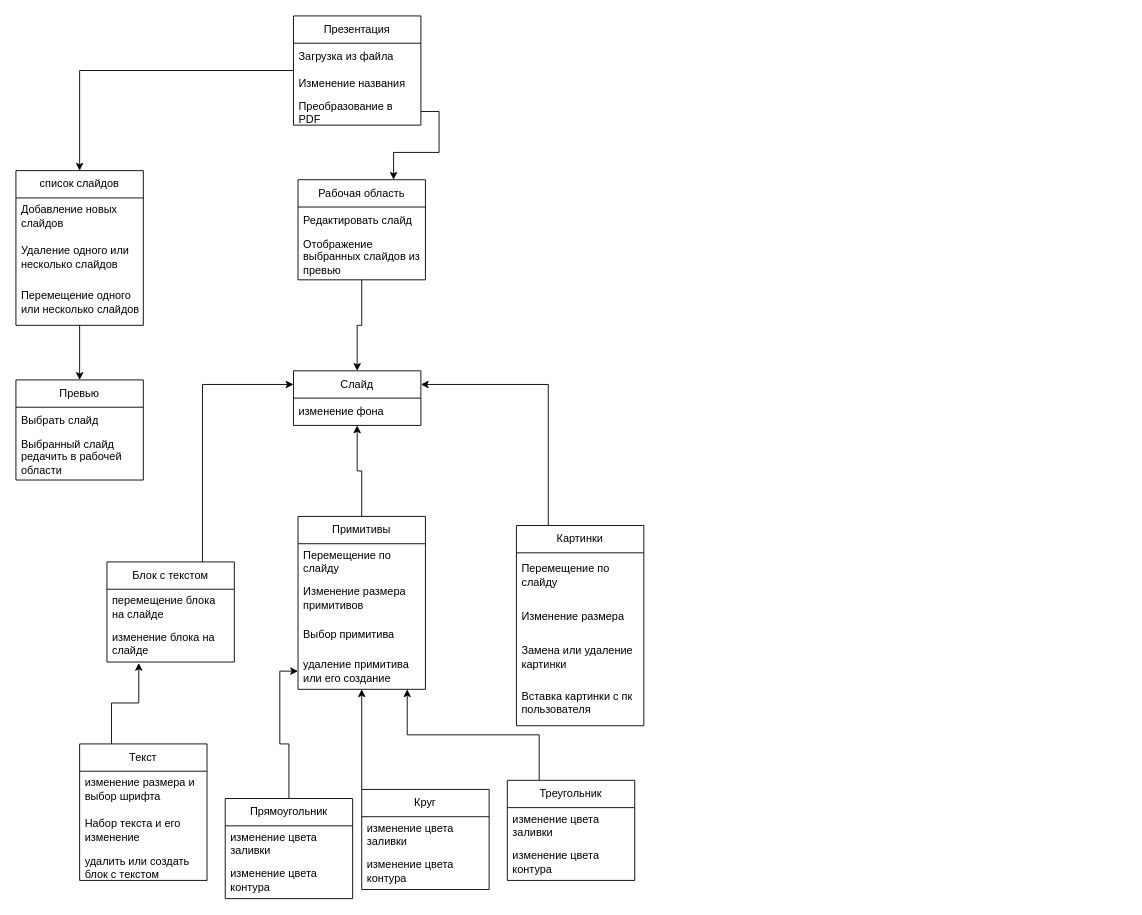
Above: сущности фронтенда.drawio in TraktoristRuS54age/Frontend-MaxPoint (draw.io), before the change. Source tidied: cells renumbered, new cells numbered last; positions are measured from the earlier drawing's top-left corner, leaving out a move shared by most shapes. Both pictures are drawn from the tidied source at 91%, with x=0, y=0 at pixel (15, 15).
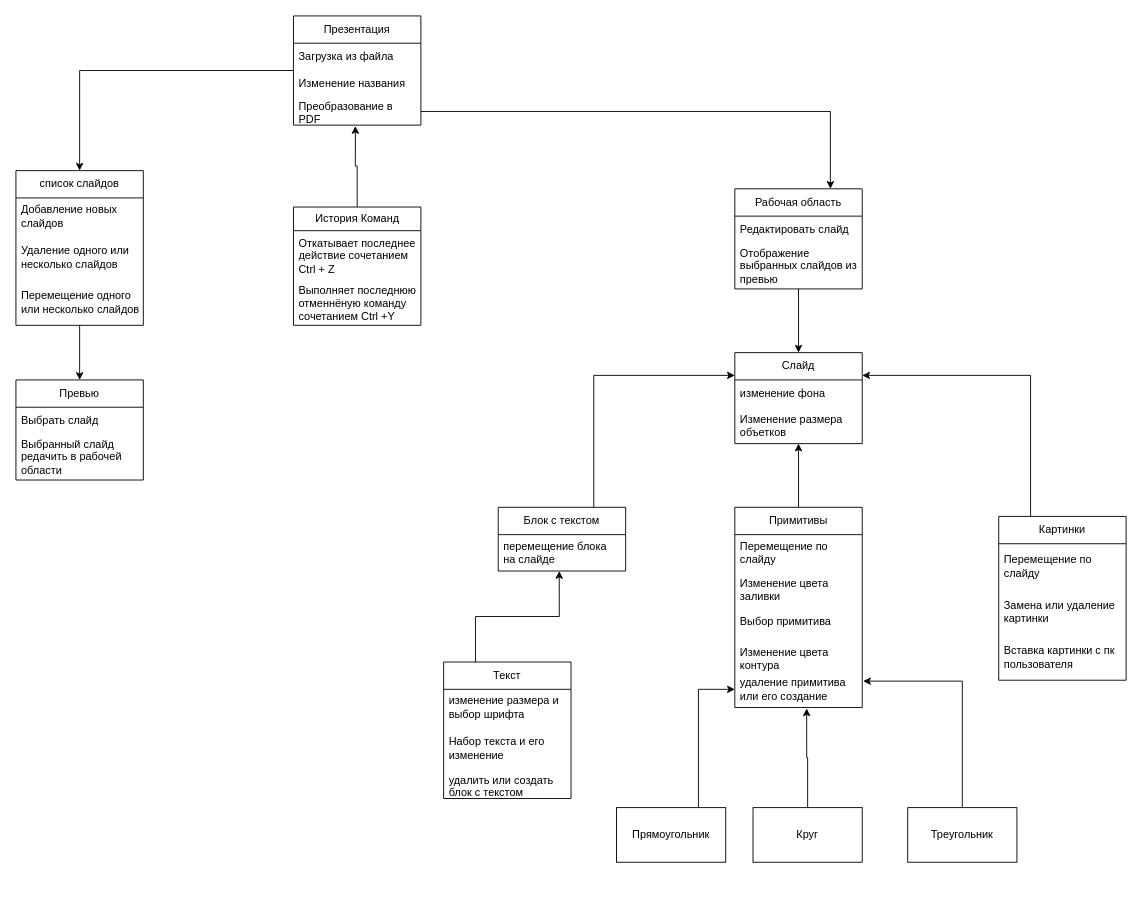
Above is the later version.

Commit message:
Исправление плана по сущностям (#6)

Добавлена история команд, слиты  в одну повторяющиеся функции

Unchanged cells that the change refers to:
```xml
<mxCell id="6" value="Преобразование в PDF" style="text;strokeColor=none;fillColor=none;align=left;verticalAlign=middle;spacingLeft=4;spacingRight=4;overflow=hidden;points=[[0,0.5],[1,0.5]];portConstraint=eastwest;whiteSpace=wrap;html=1;" parent="3" vertex="1">
  <mxGeometry y="90" width="140" height="30" as="geometry" />
</mxCell>
<mxCell id="20" value="перемещение блока на слайде" style="text;strokeColor=none;fillColor=none;align=left;verticalAlign=middle;spacingLeft=4;spacingRight=4;overflow=hidden;points=[[0,0.5],[1,0.5]];portConstraint=eastwest;whiteSpace=wrap;html=1;" parent="19" vertex="1">
  <mxGeometry y="30" width="140" height="40" as="geometry" />
</mxCell>
```

Change to the diagram source:
```diff
@@
     <mxCell id="16" value="Слайд" style="swimlane;fontStyle=0;horizontal=1;startSize=30;whiteSpace=wrap;html=1;" parent="1" vertex="1">
-      <mxGeometry x="305" y="390" width="140" height="60" as="geometry" />
+      <mxGeometry x="790" y="370" width="140" height="100" as="geometry" />
     </mxCell>
@@
+    <mxCell id="55" value="Изменение размера объетков" style="text;strokeColor=none;fillColor=none;align=left;verticalAlign=top;spacingLeft=4;spacingRight=4;overflow=hidden;whiteSpace=wrap;html=1;" parent="16" vertex="1">
+      <mxGeometry y="60" width="140" height="40" as="geometry" />
+    </mxCell>
@@
     <mxCell id="19" value="Блок с текстом" style="swimlane;fontStyle=0;horizontal=1;startSize=30;whiteSpace=wrap;html=1;" parent="1" vertex="1">
-      <mxGeometry x="100" y="600" width="140" height="110" as="geometry" />
+      <mxGeometry x="530" y="540" width="140" height="70" as="geometry" />
     </mxCell>
@@
-    <mxCell id="21" value="изменение блока на слайде" style="text;strokeColor=none;fillColor=none;align=left;verticalAlign=middle;spacingLeft=4;spacingRight=4;overflow=hidden;points=[[0,0.5],[1,0.5]];portConstraint=eastwest;whiteSpace=wrap;html=1;" parent="19" vertex="1">
-      <mxGeometry y="70" width="140" height="40" as="geometry" />
-    </mxCell>
@@
     <mxCell id="23" value="Примитивы" style="swimlane;fontStyle=0;horizontal=1;startSize=30;whiteSpace=wrap;html=1;" parent="1" vertex="1">
-      <mxGeometry x="310" y="550" width="140" height="190" as="geometry" />
+      <mxGeometry x="790" y="540" width="140" height="220" as="geometry" />
     </mxCell>
@@
-    <mxCell id="25" value="Изменение размера примитивов" style="text;strokeColor=none;fillColor=none;align=left;verticalAlign=middle;spacingLeft=4;spacingRight=4;overflow=hidden;whiteSpace=wrap;html=1;" parent="23" vertex="1">
-      <mxGeometry y="70" width="140" height="40" as="geometry" />
-    </mxCell>
+    <mxCell id="56" value="Изменение цвета заливки" style="text;strokeColor=none;fillColor=none;align=left;verticalAlign=top;spacingLeft=4;spacingRight=4;overflow=hidden;whiteSpace=wrap;html=1;" parent="23" vertex="1">
+      <mxGeometry y="70" width="140" height="36" as="geometry" />
+    </mxCell>
     <mxCell id="26" value="Выбор примитива" style="text;strokeColor=none;fillColor=none;align=left;verticalAlign=middle;spacingLeft=4;spacingRight=4;overflow=hidden;whiteSpace=wrap;html=1;" parent="23" vertex="1">
-      <mxGeometry y="110" width="140" height="40" as="geometry" />
+      <mxGeometry y="106" width="140" height="40" as="geometry" />
     </mxCell>
+    <mxCell id="57" value="Изменение цвета контура" style="text;strokeColor=none;fillColor=none;align=left;verticalAlign=top;spacingLeft=4;spacingRight=4;overflow=hidden;whiteSpace=wrap;html=1;" parent="23" vertex="1">
+      <mxGeometry y="146" width="140" height="34" as="geometry" />
+    </mxCell>
     <mxCell id="27" value="удаление примитива или его создание" style="text;strokeColor=none;fillColor=none;align=left;verticalAlign=middle;spacingLeft=4;spacingRight=4;overflow=hidden;points=[[0,0.5],[1,0.5]];portConstraint=eastwest;whiteSpace=wrap;html=1;" parent="23" vertex="1">
-      <mxGeometry y="150" width="140" height="40" as="geometry" />
+      <mxGeometry y="180" width="140" height="40" as="geometry" />
     </mxCell>
@@
     <mxCell id="29" value="Картинки" style="swimlane;fontStyle=0;horizontal=1;startSize=30;whiteSpace=wrap;html=1;" parent="1" vertex="1">
-      <mxGeometry x="550" y="560" width="140" height="220" as="geometry" />
+      <mxGeometry x="1080" y="550" width="140" height="180" as="geometry" />
     </mxCell>
@@
-    <mxCell id="31" value="Изменение размера" style="text;strokeColor=none;fillColor=none;align=left;verticalAlign=middle;spacingLeft=4;spacingRight=4;overflow=hidden;whiteSpace=wrap;html=1;" parent="29" vertex="1">
-      <mxGeometry y="80" width="140" height="40" as="geometry" />
-    </mxCell>
     <mxCell id="32" value="Замена или удаление картинки" style="text;strokeColor=none;fillColor=none;align=left;verticalAlign=middle;spacingLeft=4;spacingRight=4;overflow=hidden;whiteSpace=wrap;html=1;" parent="29" vertex="1">
-      <mxGeometry y="120" width="140" height="50" as="geometry" />
+      <mxGeometry y="80" width="140" height="50" as="geometry" />
     </mxCell>
     <mxCell id="33" value="Вставка картинки с пк пользователя" style="text;strokeColor=none;fillColor=none;align=left;verticalAlign=middle;spacingLeft=4;spacingRight=4;overflow=hidden;whiteSpace=wrap;html=1;" parent="29" vertex="1">
-      <mxGeometry y="170" width="140" height="50" as="geometry" />
+      <mxGeometry y="130" width="140" height="50" as="geometry" />
     </mxCell>
-    <mxCell id="34" style="edgeStyle=orthogonalEdgeStyle;rounded=0;jettySize=auto;html=1;exitX=0.25;exitY=0;exitDx=0;exitDy=0;entryX=0.25;entryY=1.025;entryDx=0;entryDy=0;entryPerimeter=0;" parent="1" edge="1" source="35" target="21">
+    <mxCell id="34" style="edgeStyle=orthogonalEdgeStyle;rounded=0;jettySize=auto;html=1;exitX=0.25;exitY=0;exitDx=0;exitDy=0;entryX=0.479;entryY=1;entryDx=0;entryDy=0;entryPerimeter=0;" parent="1" edge="1" source="35" target="20">
       <mxGeometry relative="1" as="geometry" />
     </mxCell>
     <mxCell id="35" value="Текст" style="swimlane;fontStyle=0;horizontal=1;startSize=30;whiteSpace=wrap;html=1;" parent="1" vertex="1">
-      <mxGeometry x="70" y="800" width="140" height="150" as="geometry" />
+      <mxGeometry x="470" y="710" width="140" height="150" as="geometry" />
     </mxCell>
@@
     <mxCell id="39" value="Рабочая область" style="swimlane;fontStyle=0;horizontal=1;startSize=30;whiteSpace=wrap;html=1;" parent="1" vertex="1">
-      <mxGeometry x="310" y="180" width="140" height="110" as="geometry" />
+      <mxGeometry x="790" y="190" width="140" height="110" as="geometry" />
     </mxCell>
@@
-    <mxCell id="43" style="edgeStyle=orthogonalEdgeStyle;rounded=0;jettySize=auto;html=1;exitX=0;exitY=0;exitDx=0;exitDy=0;" parent="1" edge="1" source="44" target="23">
-      <mxGeometry relative="1" as="geometry" />
-    </mxCell>
+    <mxCell id="58" style="edgeStyle=orthogonalEdgeStyle;rounded=0;jettySize=auto;html=1;exitX=0.5;exitY=0;exitDx=0;exitDy=0;entryX=1.007;entryY=0.275;entryDx=0;entryDy=0;entryPerimeter=0;" parent="1" edge="1" source="52" target="27">
+      <mxGeometry relative="1" as="geometry" />
+    </mxCell>
+    <mxCell id="52" value="Треугольник" style="rounded=0;whiteSpace=wrap;html=1;" parent="1" vertex="1">
+      <mxGeometry x="980" y="870" width="120" height="60" as="geometry" />
+    </mxCell>
+    <mxCell id="59" style="edgeStyle=orthogonalEdgeStyle;rounded=0;jettySize=auto;html=1;exitX=0.5;exitY=0;exitDx=0;exitDy=0;entryX=0.564;entryY=1.025;entryDx=0;entryDy=0;entryPerimeter=0;" parent="1" edge="1" source="44" target="27">
+      <mxGeometry relative="1" as="geometry" />
+    </mxCell>
-    <mxCell id="44" value="Круг" style="swimlane;fontStyle=0;horizontal=1;startSize=30;whiteSpace=wrap;html=1;" parent="1" vertex="1">
-      <mxGeometry x="380" y="850" width="140" height="110" as="geometry" />
+    <mxCell id="44" value="Круг" style="rounded=0;whiteSpace=wrap;html=1;" parent="1" vertex="1">
+      <mxGeometry x="810" y="870" width="120" height="60" as="geometry" />
     </mxCell>
-    <mxCell id="45" value="изменение цвета заливки" style="text;strokeColor=none;fillColor=none;align=left;verticalAlign=middle;spacingLeft=4;spacingRight=4;overflow=hidden;whiteSpace=wrap;html=1;" parent="44" vertex="1">
-      <mxGeometry y="30" width="140" height="40" as="geometry" />
-    </mxCell>
-    <mxCell id="46" value="изменение цвета контура" style="text;strokeColor=none;fillColor=none;align=left;verticalAlign=middle;spacingLeft=4;spacingRight=4;overflow=hidden;whiteSpace=wrap;html=1;" parent="44" vertex="1">
-      <mxGeometry y="70" width="140" height="40" as="geometry" />
-    </mxCell>
-    <mxCell id="47" style="edgeStyle=orthogonalEdgeStyle;rounded=0;jettySize=auto;html=1;exitX=0.5;exitY=0;exitDx=0;exitDy=0;entryX=0;entryY=0.5;entryDx=0;entryDy=0;" parent="1" edge="1" source="48" target="27">
+    <mxCell id="47" style="edgeStyle=orthogonalEdgeStyle;rounded=0;jettySize=auto;html=1;exitX=0.75;exitY=0;exitDx=0;exitDy=0;" parent="1" edge="1" source="48" target="27">
       <mxGeometry relative="1" as="geometry" />
     </mxCell>
-    <mxCell id="48" value="Прямоугольник" style="swimlane;fontStyle=0;horizontal=1;startSize=30;whiteSpace=wrap;html=1;" parent="1" vertex="1">
-      <mxGeometry x="230" y="860" width="140" height="110" as="geometry" />
+    <mxCell id="48" value="Прямоугольник" style="rounded=0;whiteSpace=wrap;html=1;" parent="1" vertex="1">
+      <mxGeometry x="660" y="870" width="120" height="60" as="geometry" />
     </mxCell>
-    <mxCell id="49" value="изменение цвета заливки" style="text;strokeColor=none;fillColor=none;align=left;verticalAlign=middle;spacingLeft=4;spacingRight=4;overflow=hidden;whiteSpace=wrap;html=1;" parent="48" vertex="1">
-      <mxGeometry y="30" width="140" height="40" as="geometry" />
-    </mxCell>
-    <mxCell id="50" value="изменение цвета контура" style="text;strokeColor=none;fillColor=none;align=left;verticalAlign=middle;spacingLeft=4;spacingRight=4;overflow=hidden;whiteSpace=wrap;html=1;" parent="48" vertex="1">
-      <mxGeometry y="70" width="140" height="40" as="geometry" />
-    </mxCell>
-    <mxCell id="51" style="edgeStyle=orthogonalEdgeStyle;rounded=0;jettySize=auto;html=1;exitX=0.25;exitY=0;exitDx=0;exitDy=0;" parent="1" edge="1" source="52" target="23">
-      <mxGeometry relative="1" as="geometry">
-        <Array as="points">
-          <mxPoint x="575" y="790" />
-          <mxPoint x="430" y="790" />
-        </Array>
-      </mxGeometry>
-    </mxCell>
-    <mxCell id="52" value="Треугольник" style="swimlane;fontStyle=0;horizontal=1;startSize=30;whiteSpace=wrap;html=1;" parent="1" vertex="1">
-      <mxGeometry x="540" y="840" width="140" height="110" as="geometry" />
-    </mxCell>
-    <mxCell id="53" value="изменение цвета заливки" style="text;strokeColor=none;fillColor=none;align=left;verticalAlign=middle;spacingLeft=4;spacingRight=4;overflow=hidden;whiteSpace=wrap;html=1;" parent="52" vertex="1">
-      <mxGeometry y="30" width="140" height="40" as="geometry" />
-    </mxCell>
-    <mxCell id="54" value="изменение цвета контура" style="text;strokeColor=none;fillColor=none;align=left;verticalAlign=middle;spacingLeft=4;spacingRight=4;overflow=hidden;whiteSpace=wrap;html=1;" parent="52" vertex="1">
-      <mxGeometry y="70" width="140" height="40" as="geometry" />
-    </mxCell>
+    <mxCell id="60" style="edgeStyle=orthogonalEdgeStyle;rounded=0;jettySize=auto;html=1;exitX=0.5;exitY=0;exitDx=0;exitDy=0;entryX=0.486;entryY=1.033;entryDx=0;entryDy=0;entryPerimeter=0;" parent="1" edge="1" source="61" target="6">
+      <mxGeometry relative="1" as="geometry" />
+    </mxCell>
+    <mxCell id="61" value="История Команд" style="swimlane;fontStyle=0;horizontal=1;startSize=26;fillColor=none;html=1;" parent="1" vertex="1">
+      <mxGeometry x="305" y="210" width="140" height="130" as="geometry" />
+    </mxCell>
+    <mxCell id="62" value="Откатывает последнее действие сочетанием Ctrl + Z" style="text;strokeColor=none;fillColor=none;align=left;verticalAlign=top;spacingLeft=4;spacingRight=4;overflow=hidden;whiteSpace=wrap;html=1;" parent="61" vertex="1">
+      <mxGeometry y="26" width="140" height="52" as="geometry" />
+    </mxCell>
+    <mxCell id="63" value="Выполняет последнюю отменнёную команду сочетанием Ctrl +Y" style="text;strokeColor=none;fillColor=none;align=left;verticalAlign=top;spacingLeft=4;spacingRight=4;overflow=hidden;whiteSpace=wrap;html=1;" parent="61" vertex="1">
+      <mxGeometry y="78" width="140" height="52" as="geometry" />
+    </mxCell>
```
